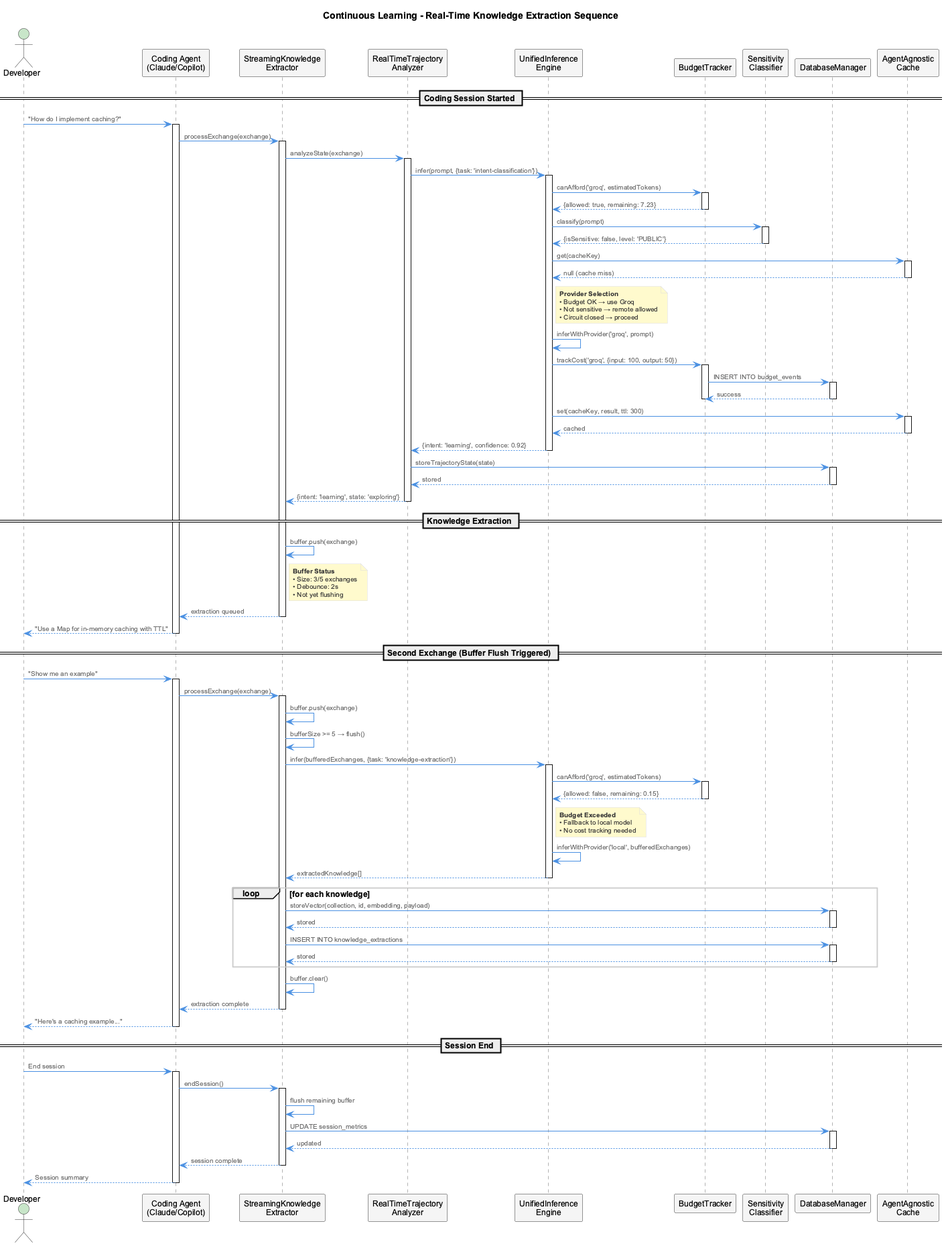
This is docs/images/continuous-learning-sequence-extraction.png from fwornle/coding, a PlantUML export, as it was before one commit.
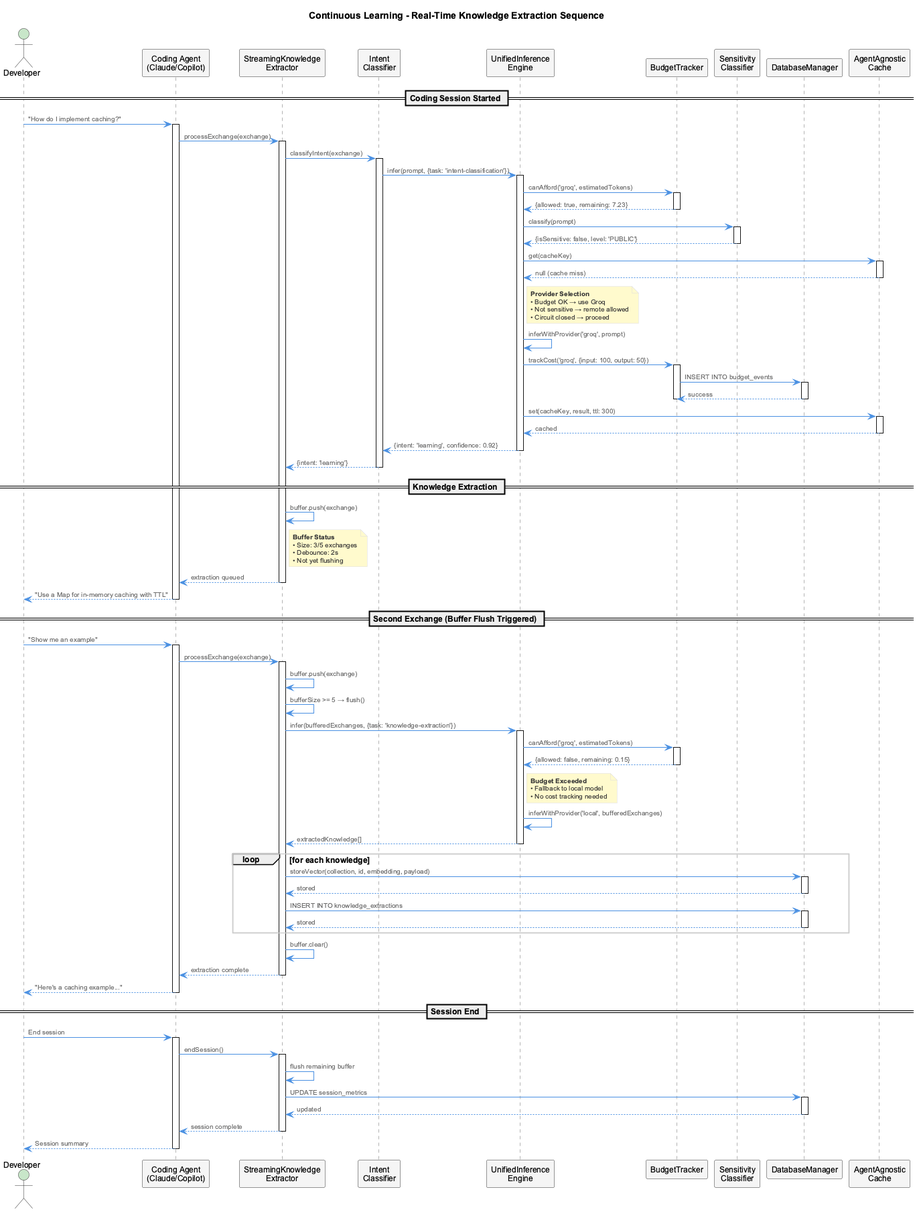
After the commit.

The edit, as a diff of the source:
```diff
@@ -6,7 +6,7 @@
 actor "Developer" as Dev
 participant "Coding Agent\n(Claude/Copilot)" as Agent
 participant "StreamingKnowledge\nExtractor" as Extractor
-participant "RealTimeTrajectory\nAnalyzer" as Trajectory
+participant "Intent\nClassifier" as Classifier
 participant "UnifiedInference\nEngine" as Engine
 participant "BudgetTracker" as Budget
 participant "Sensitivity\nClassifier" as Sensitivity
@@ -20,10 +20,10 @@
 Agent -> Extractor: processExchange(exchange)
 activate Extractor
 
-Extractor -> Trajectory: analyzeState(exchange)
-activate Trajectory
+Extractor -> Classifier: classifyIntent(exchange)
+activate Classifier
 
-Trajectory -> Engine: infer(prompt, {task: 'intent-classification'})
+Classifier -> Engine: infer(prompt, {task: 'intent-classification'})
 activate Engine
 
 Engine -> Budget: canAfford('groq', estimatedTokens)
@@ -62,16 +62,11 @@
 Cache --> Engine: cached
 deactivate Cache
 
-Engine --> Trajectory: {intent: 'learning', confidence: 0.92}
+Engine --> Classifier: {intent: 'learning', confidence: 0.92}
 deactivate Engine
 
-Trajectory -> DB: storeTrajectoryState(state)
-activate DB
-DB --> Trajectory: stored
-deactivate DB
-
-Trajectory --> Extractor: {intent: 'learning', state: 'exploring'}
-deactivate Trajectory
+Classifier --> Extractor: {intent: 'learning'}
+deactivate Classifier
 
 == Knowledge Extraction ==
 Extractor -> Extractor: buffer.push(exchange)
```
